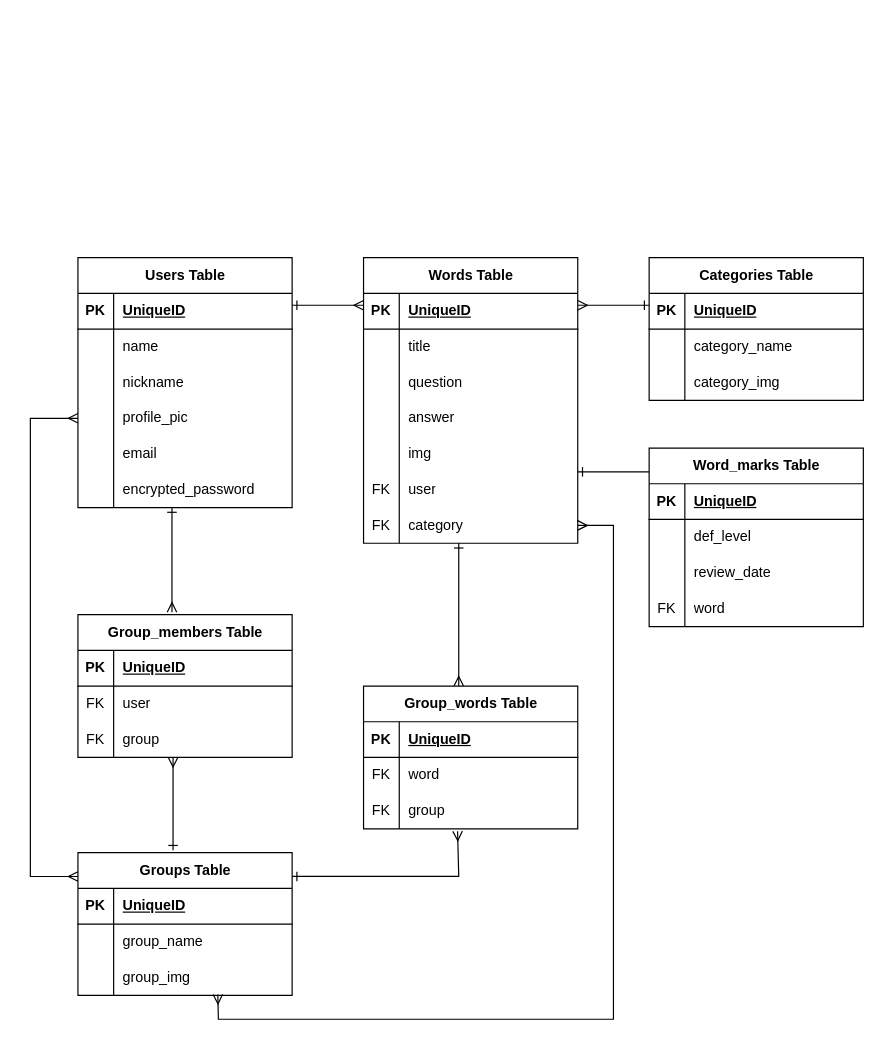
Earlier version of the draw.io diagram DB.dio (Yuri1031/word-app). Source tidied: cells renumbered, new cells numbered last; positions are measured from the earlier drawing's top-left corner, leaving out a move shared by most shapes. Both pictures are drawn from the tidied source at 119%, with x=0, y=0 at pixel (30, 162).
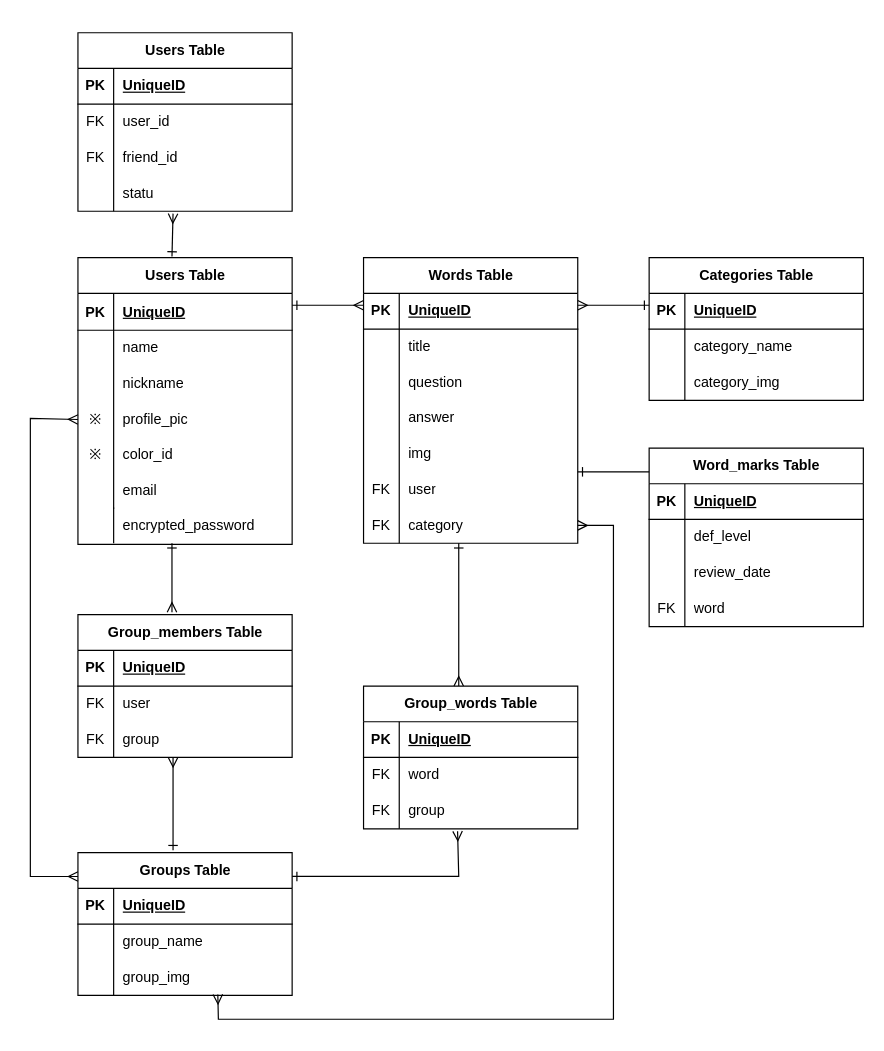
Above is the later version.

Unchanged cells that the change refers to:
```xml
<mxCell id="66" value="Group_members Table" style="shape=table;startSize=30;childLayout=tableLayout;rowLines=0;fontStyle=1;align=center;html=1;" parent="1" vertex="1">
  <mxGeometry x="40" y="380" width="180" height="120" as="geometry" />
</mxCell>
```

The edit, as a diff of the source:
```diff
@@
     <mxCell id="2" value="Users Table" style="shape=table;startSize=30;childLayout=tableLayout;rowLines=0;fontStyle=1;align=center;html=1;" parent="1" vertex="1">
-      <mxGeometry x="40" y="80" width="180" height="210" as="geometry" />
+      <mxGeometry x="40" y="80" width="180" height="241" as="geometry" />
     </mxCell>
     <mxCell id="3" style="shape=tableRow;horizontal=0;startSize=0;swimlaneHead=0;swimlaneBody=0;fillColor=none;top=0;left=0;right=0;bottom=1;" parent="2" vertex="1">
-      <mxGeometry y="30" width="180" height="30" as="geometry" />
+      <mxGeometry y="30" width="180" height="31" as="geometry" />
     </mxCell>
     <mxCell id="4" value="PK" style="shape=partialRectangle;fillColor=none;top=0;left=0;bottom=0;right=0;fontStyle=1;overflow=hidden;whiteSpace=wrap;html=1;" parent="3" vertex="1">
-      <mxGeometry width="30" height="30" as="geometry" />
+      <mxGeometry width="30" height="31" as="geometry" />
     </mxCell>
     <mxCell id="5" value="UniqueID" style="shape=partialRectangle;fillColor=none;top=0;left=0;bottom=0;right=0;align=left;spacingLeft=6;fontStyle=5;overflow=hidden;whiteSpace=wrap;html=1;" parent="3" vertex="1">
-      <mxGeometry x="30" width="150" height="30" as="geometry" />
+      <mxGeometry x="30" width="150" height="31" as="geometry" />
     </mxCell>
     <mxCell id="6" style="shape=tableRow;horizontal=0;startSize=0;swimlaneHead=0;swimlaneBody=0;fillColor=none;top=0;left=0;right=0;bottom=0;" parent="2" vertex="1">
-      <mxGeometry y="60" width="180" height="30" as="geometry" />
+      <mxGeometry y="61" width="180" height="30" as="geometry" />
     </mxCell>
@@
     <mxCell id="9" style="shape=tableRow;horizontal=0;startSize=0;swimlaneHead=0;swimlaneBody=0;fillColor=none;top=0;left=0;right=0;bottom=0;" parent="2" vertex="1">
-      <mxGeometry y="90" width="180" height="30" as="geometry" />
+      <mxGeometry y="91" width="180" height="30" as="geometry" />
     </mxCell>
@@
     <mxCell id="12" style="shape=tableRow;horizontal=0;startSize=0;swimlaneHead=0;swimlaneBody=0;fillColor=none;points=[[0,0.5],[1,0.5]];portConstraint=eastwest;top=0;left=0;right=0;bottom=0;" parent="2" vertex="1">
-      <mxGeometry y="120" width="180" height="30" as="geometry" />
+      <mxGeometry y="121" width="180" height="30" as="geometry" />
     </mxCell>
-    <mxCell id="13" style="shape=partialRectangle;fillColor=none;top=0;left=0;bottom=0;right=0;overflow=hidden;whiteSpace=wrap;html=1;" parent="12" vertex="1">
+    <mxCell id="13" value="※" style="shape=partialRectangle;fillColor=none;top=0;left=0;bottom=0;right=0;overflow=hidden;whiteSpace=wrap;html=1;" parent="12" vertex="1">
       <mxGeometry width="30" height="30" as="geometry" />
     </mxCell>
@@
     <mxCell id="15" style="shape=tableRow;horizontal=0;startSize=0;swimlaneHead=0;swimlaneBody=0;fillColor=none;top=0;left=0;right=0;bottom=0;" parent="2" vertex="1">
-      <mxGeometry y="150" width="180" height="30" as="geometry" />
+      <mxGeometry y="151" width="180" height="30" as="geometry" />
     </mxCell>
-    <mxCell id="16" style="shape=partialRectangle;fillColor=none;top=0;left=0;bottom=0;right=0;overflow=hidden;whiteSpace=wrap;html=1;" parent="15" vertex="1">
+    <mxCell id="16" value="※" style="shape=partialRectangle;fillColor=none;top=0;left=0;bottom=0;right=0;overflow=hidden;whiteSpace=wrap;html=1;" parent="15" vertex="1">
       <mxGeometry width="30" height="30" as="geometry" />
     </mxCell>
-    <mxCell id="17" value="email" style="shape=partialRectangle;fillColor=none;top=0;left=0;bottom=0;right=0;align=left;spacingLeft=6;overflow=hidden;whiteSpace=wrap;html=1;" parent="15" vertex="1">
+    <mxCell id="17" value="color_id" style="shape=partialRectangle;fillColor=none;top=0;left=0;bottom=0;right=0;align=left;spacingLeft=6;overflow=hidden;whiteSpace=wrap;html=1;" parent="15" vertex="1">
       <mxGeometry x="30" width="150" height="30" as="geometry" />
     </mxCell>
     <mxCell id="18" style="shape=tableRow;horizontal=0;startSize=0;swimlaneHead=0;swimlaneBody=0;fillColor=none;top=0;left=0;right=0;bottom=0;" parent="2" vertex="1">
-      <mxGeometry y="180" width="180" height="30" as="geometry" />
+      <mxGeometry y="181" width="180" height="30" as="geometry" />
     </mxCell>
@@
-    <mxCell id="20" value="encrypted_password" style="shape=partialRectangle;fillColor=none;top=0;left=0;bottom=0;right=0;align=left;spacingLeft=6;overflow=hidden;whiteSpace=wrap;html=1;" parent="18" vertex="1">
+    <mxCell id="20" value="email" style="shape=partialRectangle;fillColor=none;top=0;left=0;bottom=0;right=0;align=left;spacingLeft=6;overflow=hidden;whiteSpace=wrap;html=1;" parent="18" vertex="1">
       <mxGeometry x="30" width="150" height="30" as="geometry" />
     </mxCell>
@@
     <mxCell id="99" style="shape=tableRow;horizontal=0;startSize=0;swimlaneHead=0;swimlaneBody=0;fillColor=none;top=0;left=0;right=0;bottom=0;" parent="1" vertex="1">
-      <mxGeometry x="330" width="180" height="30" as="geometry" />
+      <mxGeometry x="330" y="-119" width="180" height="30" as="geometry" />
     </mxCell>
@@
     <mxCell id="102" style="endArrow=ERmany;html=1;rounded=0;endFill=0;startArrow=ERone;startFill=0;entryX=0.439;entryY=-0.017;entryDx=0;entryDy=0;entryPerimeter=0;" parent="1" edge="1" target="66">
       <mxGeometry relative="1" as="geometry">
-        <mxPoint x="119" y="290" as="sourcePoint" />
+        <mxPoint x="119" y="320" as="sourcePoint" />
       </mxGeometry>
     </mxCell>
@@
+    <mxCell id="106" style="shape=partialRectangle;fillColor=none;top=0;left=0;bottom=0;right=0;overflow=hidden;whiteSpace=wrap;html=1;" parent="1" vertex="1">
+      <mxGeometry x="40" y="290" width="30" height="30" as="geometry" />
+    </mxCell>
+    <mxCell id="107" value="encrypted_password" style="shape=partialRectangle;fillColor=none;top=0;left=0;bottom=0;right=0;align=left;spacingLeft=6;overflow=hidden;whiteSpace=wrap;html=1;" parent="1" vertex="1">
+      <mxGeometry x="70" y="290" width="150" height="30" as="geometry" />
+    </mxCell>
+    <mxCell id="108" style="endArrow=none;html=1;rounded=0;" parent="1" edge="1">
+      <mxGeometry relative="1" as="geometry">
+        <mxPoint x="70" y="290" as="sourcePoint" />
+        <mxPoint x="70" y="320" as="targetPoint" />
+      </mxGeometry>
+    </mxCell>
+    <mxCell id="109" value="Users Table" style="shape=table;startSize=30;childLayout=tableLayout;rowLines=0;fontStyle=1;align=center;html=1;" parent="1" vertex="1">
+      <mxGeometry x="40" y="-109" width="180" height="150" as="geometry" />
+    </mxCell>
+    <mxCell id="110" style="shape=tableRow;horizontal=0;startSize=0;swimlaneHead=0;swimlaneBody=0;fillColor=none;top=0;left=0;right=0;bottom=1;" parent="109" vertex="1">
+      <mxGeometry y="30" width="180" height="30" as="geometry" />
+    </mxCell>
+    <mxCell id="111" value="PK" style="shape=partialRectangle;fillColor=none;top=0;left=0;bottom=0;right=0;fontStyle=1;overflow=hidden;whiteSpace=wrap;html=1;" parent="110" vertex="1">
+      <mxGeometry width="30" height="30" as="geometry" />
+    </mxCell>
+    <mxCell id="112" value="UniqueID" style="shape=partialRectangle;fillColor=none;top=0;left=0;bottom=0;right=0;align=left;spacingLeft=6;fontStyle=5;overflow=hidden;whiteSpace=wrap;html=1;" parent="110" vertex="1">
+      <mxGeometry x="30" width="150" height="30" as="geometry" />
+    </mxCell>
+    <mxCell id="113" style="shape=tableRow;horizontal=0;startSize=0;swimlaneHead=0;swimlaneBody=0;fillColor=none;top=0;left=0;right=0;bottom=0;" parent="109" vertex="1">
+      <mxGeometry y="60" width="180" height="30" as="geometry" />
+    </mxCell>
+    <mxCell id="114" value="FK" style="shape=partialRectangle;fillColor=none;top=0;left=0;bottom=0;right=0;overflow=hidden;whiteSpace=wrap;html=1;" parent="113" vertex="1">
+      <mxGeometry width="30" height="30" as="geometry" />
+    </mxCell>
+    <mxCell id="115" value="user_id" style="shape=partialRectangle;fillColor=none;top=0;left=0;bottom=0;right=0;align=left;spacingLeft=6;overflow=hidden;whiteSpace=wrap;html=1;" parent="113" vertex="1">
+      <mxGeometry x="30" width="150" height="30" as="geometry" />
+    </mxCell>
+    <mxCell id="116" style="shape=tableRow;horizontal=0;startSize=0;swimlaneHead=0;swimlaneBody=0;fillColor=none;top=0;left=0;right=0;bottom=0;" parent="109" vertex="1">
+      <mxGeometry y="90" width="180" height="30" as="geometry" />
+    </mxCell>
+    <mxCell id="117" value="FK" style="shape=partialRectangle;fillColor=none;top=0;left=0;bottom=0;right=0;overflow=hidden;whiteSpace=wrap;html=1;" parent="116" vertex="1">
+      <mxGeometry width="30" height="30" as="geometry" />
+    </mxCell>
+    <mxCell id="118" value="friend_id" style="shape=partialRectangle;fillColor=none;top=0;left=0;bottom=0;right=0;align=left;spacingLeft=6;overflow=hidden;whiteSpace=wrap;html=1;" parent="116" vertex="1">
+      <mxGeometry x="30" width="150" height="30" as="geometry" />
+    </mxCell>
+    <mxCell id="119" style="shape=tableRow;horizontal=0;startSize=0;swimlaneHead=0;swimlaneBody=0;fillColor=none;points=[[0,0.5],[1,0.5]];portConstraint=eastwest;top=0;left=0;right=0;bottom=0;" parent="109" vertex="1">
+      <mxGeometry y="120" width="180" height="30" as="geometry" />
+    </mxCell>
+    <mxCell id="120" style="shape=partialRectangle;fillColor=none;top=0;left=0;bottom=0;right=0;overflow=hidden;whiteSpace=wrap;html=1;" parent="119" vertex="1">
+      <mxGeometry width="30" height="30" as="geometry" />
+    </mxCell>
+    <mxCell id="121" value="statu" style="shape=partialRectangle;fillColor=none;top=0;left=0;bottom=0;right=0;align=left;spacingLeft=6;overflow=hidden;whiteSpace=wrap;html=1;" parent="119" vertex="1">
+      <mxGeometry x="30" width="150" height="30" as="geometry" />
+    </mxCell>
+    <mxCell id="122" style="endArrow=ERmany;html=1;rounded=0;endFill=0;startArrow=ERone;startFill=0;entryX=0.444;entryY=1.067;entryDx=0;entryDy=0;entryPerimeter=0;exitX=0.439;exitY=-0.004;exitDx=0;exitDy=0;exitPerimeter=0;" parent="1" edge="1" source="2" target="119">
+      <mxGeometry relative="1" as="geometry" />
+    </mxCell>
```
